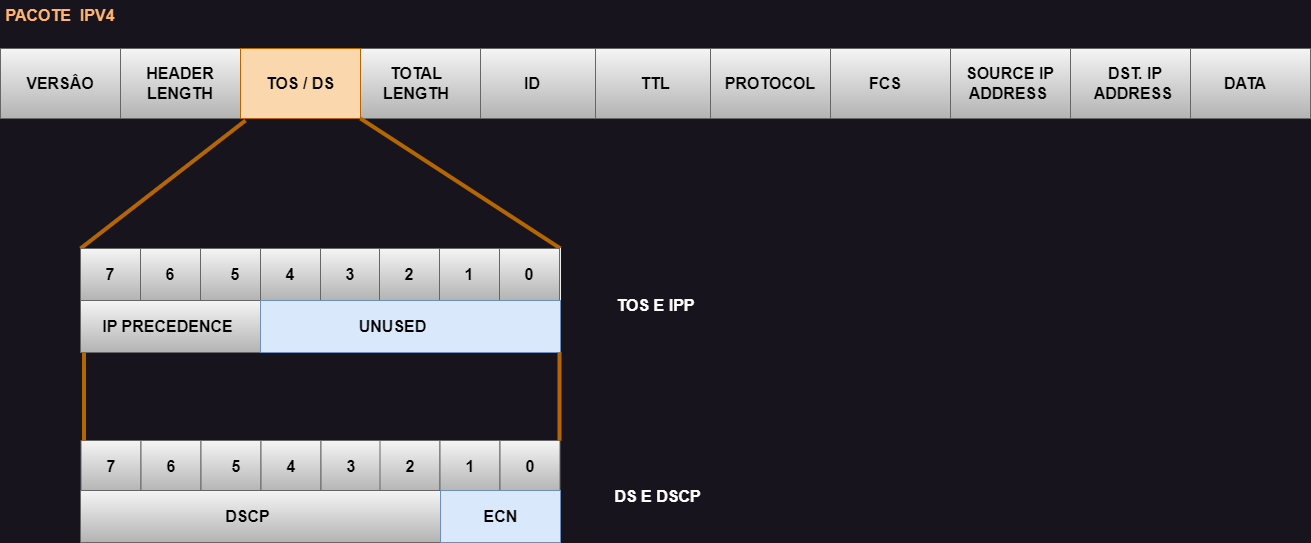
alcancil/Cisco keeps this draw.io diagram as CCNP 350-401 ENCOR/01 - Architecture/01 - QoS/07 - Marcação em Layer 3/Imagens/pacote_ipv4.png. Above is the earlier version. Source tidied: cells renumbered, new cells last; positions are measured from the earlier drawing's top-left corner, leaving out a move shared by most shapes.
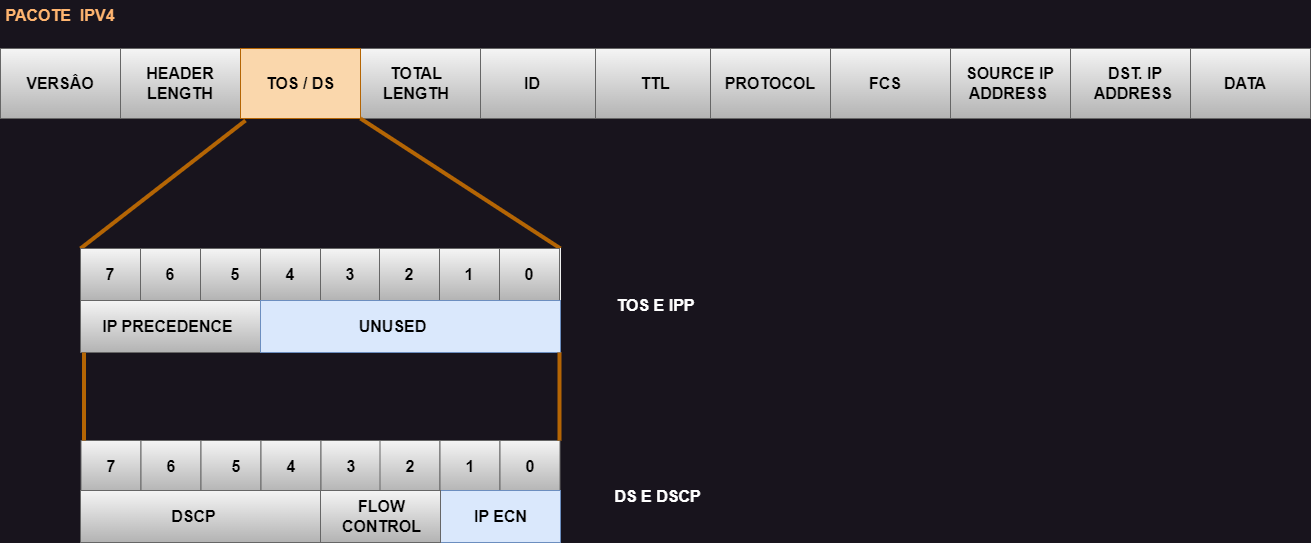
The same diagram one commit later.

The edit, as a diff of the source:
```diff
@@ -199,15 +199,15 @@
       <mxGeometry x="494.5" y="451" width="70" height="30" as="geometry" />
     </mxCell>
     <mxCell id="66" style="rounded=0;whiteSpace=wrap;html=1;fillColor=#f5f5f5;strokeColor=#666666;gradientColor=#b3b3b3;fontColor=#000000;" parent="1" vertex="1">
-      <mxGeometry x="80" y="490" width="360" height="52" as="geometry" />
+      <mxGeometry x="80" y="490" width="240" height="52" as="geometry" />
     </mxCell>
     <mxCell id="67" style="rounded=0;whiteSpace=wrap;html=1;fillColor=#dae8fc;strokeColor=#6c8ebf;" parent="1" vertex="1">
       <mxGeometry x="440" y="490" width="120" height="52" as="geometry" />
     </mxCell>
     <mxCell id="68" value="DSCP" style="text;html=1;strokeColor=none;fillColor=none;align=center;verticalAlign=middle;whiteSpace=wrap;rounded=0;fontSize=16;fontStyle=1;fontColor=#000000;" parent="1" vertex="1">
-      <mxGeometry x="180" y="501" width="135" height="30" as="geometry" />
+      <mxGeometry x="125.5" y="501" width="135" height="30" as="geometry" />
     </mxCell>
-    <mxCell id="69" value="ECN" style="text;html=1;strokeColor=none;fillColor=none;align=center;verticalAlign=middle;whiteSpace=wrap;rounded=0;fontSize=16;fontStyle=1;fontColor=#000000;" parent="1" vertex="1">
+    <mxCell id="69" value="IP ECN" style="text;html=1;strokeColor=none;fillColor=none;align=center;verticalAlign=middle;whiteSpace=wrap;rounded=0;fontSize=16;fontStyle=1;fontColor=#000000;" parent="1" vertex="1">
       <mxGeometry x="432.5" y="501" width="135" height="30" as="geometry" />
     </mxCell>
     <mxCell id="70" style="endArrow=none;html=1;rounded=0;strokeWidth=4;fillColor=#fad7ac;strokeColor=#b46504;exitX=0;exitY=0;exitDx=0;exitDy=0;" parent="1" edge="1">
@@ -225,5 +225,11 @@
     <mxCell id="72" value="DS E DSCP" style="text;html=1;strokeColor=none;fillColor=none;align=center;verticalAlign=middle;whiteSpace=wrap;rounded=0;fontSize=16;fontStyle=1;fontColor=#ffffff;" parent="1" vertex="1">
       <mxGeometry x="590" y="481" width="135" height="30" as="geometry" />
     </mxCell>
+    <mxCell id="73" style="rounded=0;whiteSpace=wrap;html=1;fillColor=#f5f5f5;strokeColor=#666666;gradientColor=#b3b3b3;fontColor=#000000;" parent="1" vertex="1">
+      <mxGeometry x="320" y="490" width="120" height="52" as="geometry" />
+    </mxCell>
+    <mxCell id="74" value="FLOW CONTROL" style="text;html=1;strokeColor=none;fillColor=none;align=center;verticalAlign=middle;whiteSpace=wrap;rounded=0;fontSize=16;fontStyle=1;fontColor=#000000;" parent="1" vertex="1">
+      <mxGeometry x="325.5" y="501" width="110.5" height="30" as="geometry" />
+    </mxCell>
   </root>
 </mxGraphModel>
```
